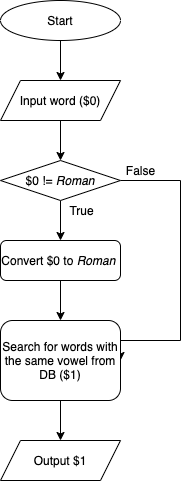
This is docs/flowchart.png from tokizuoh/eustomy, a draw.io export, as it was before one commit. Source tidied: cells renumbered, new cells last; positions are measured from the earlier drawing's top-left corner, leaving out a move shared by most shapes. Its diagram source:
```xml
<mxGraphModel>
  <root>
    <mxCell id="0" />
    <mxCell id="1" parent="0" />
    <mxCell id="2" style="edgeStyle=orthogonalEdgeStyle;rounded=0;jettySize=auto;html=1;" parent="1" edge="1" source="3" target="5">
      <mxGeometry relative="1" as="geometry" />
    </mxCell>
    <mxCell id="3" value="Start" style="ellipse;whiteSpace=wrap;html=1;" parent="1" vertex="1">
      <mxGeometry width="120" height="40" as="geometry" />
    </mxCell>
    <mxCell id="4" style="edgeStyle=orthogonalEdgeStyle;rounded=0;jettySize=auto;html=1;" parent="1" edge="1" source="5" target="9">
      <mxGeometry relative="1" as="geometry" />
    </mxCell>
    <mxCell id="5" value="Input word ($0)" style="shape=parallelogram;perimeter=parallelogramPerimeter;whiteSpace=wrap;html=1;fixedSize=1;" parent="1" vertex="1">
      <mxGeometry y="80" width="120" height="40" as="geometry" />
    </mxCell>
    <mxCell id="6" style="edgeStyle=orthogonalEdgeStyle;rounded=0;orthogonalLoop=1;jettySize=auto;html=1;exitX=0.5;exitY=1;exitDx=0;exitDy=0;" parent="1" edge="1" source="5" target="5">
      <mxGeometry relative="1" as="geometry" />
    </mxCell>
    <mxCell id="7" style="edgeStyle=orthogonalEdgeStyle;rounded=0;jettySize=auto;html=1;" parent="1" edge="1" source="9" target="11">
      <mxGeometry relative="1" as="geometry" />
    </mxCell>
    <mxCell id="8" style="edgeStyle=orthogonalEdgeStyle;rounded=0;jettySize=auto;html=1;entryX=1;entryY=0.5;entryDx=0;entryDy=0;" parent="1" edge="1" source="9" target="14">
      <mxGeometry relative="1" as="geometry">
        <Array as="points">
          <mxPoint x="180" y="180" />
          <mxPoint x="180" y="340" />
        </Array>
      </mxGeometry>
    </mxCell>
    <mxCell id="9" value="$0 != &lt;i&gt;Roman&lt;/i&gt;" style="rhombus;whiteSpace=wrap;html=1;" parent="1" vertex="1">
      <mxGeometry y="160" width="120" height="40" as="geometry" />
    </mxCell>
    <mxCell id="10" style="edgeStyle=orthogonalEdgeStyle;rounded=0;jettySize=auto;html=1;" parent="1" edge="1" source="11" target="14">
      <mxGeometry relative="1" as="geometry" />
    </mxCell>
    <mxCell id="11" value="Convert $0 to &lt;i&gt;Roman&lt;/i&gt;&amp;nbsp;" style="rounded=1;whiteSpace=wrap;html=1;" parent="1" vertex="1">
      <mxGeometry y="240" width="120" height="40" as="geometry" />
    </mxCell>
    <mxCell id="12" value="True" style="text;html=1;align=center;verticalAlign=middle;" parent="1" vertex="1">
      <mxGeometry x="61" y="200" width="40" height="20" as="geometry" />
    </mxCell>
    <mxCell id="13" style="edgeStyle=orthogonalEdgeStyle;rounded=0;jettySize=auto;html=1;entryX=0.5;entryY=0;entryDx=0;entryDy=0;" parent="1" edge="1" source="14" target="16">
      <mxGeometry relative="1" as="geometry" />
    </mxCell>
    <mxCell id="14" value="Search for words with the same vowel from DB ($1)" style="rounded=1;whiteSpace=wrap;html=1;" parent="1" vertex="1">
      <mxGeometry y="320" width="120" height="80" as="geometry" />
    </mxCell>
    <mxCell id="15" value="False" style="text;html=1;align=center;verticalAlign=middle;" parent="1" vertex="1">
      <mxGeometry x="120" y="160" width="40" height="20" as="geometry" />
    </mxCell>
    <mxCell id="16" value="Output $1" style="shape=parallelogram;perimeter=parallelogramPerimeter;whiteSpace=wrap;html=1;fixedSize=1;" parent="1" vertex="1">
      <mxGeometry y="440" width="120" height="40" as="geometry" />
    </mxCell>
  </root>
</mxGraphModel>
```
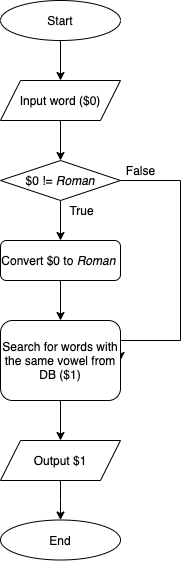
After the change.

Diff of the diagram source:
```diff
@@ -49,8 +49,14 @@
     <mxCell id="15" value="False" style="text;html=1;align=center;verticalAlign=middle;" parent="1" vertex="1">
       <mxGeometry x="120" y="160" width="40" height="20" as="geometry" />
     </mxCell>
+    <mxCell id="17" style="edgeStyle=orthogonalEdgeStyle;rounded=0;jettySize=auto;html=1;" parent="1" edge="1" source="16" target="18">
+      <mxGeometry relative="1" as="geometry" />
+    </mxCell>
     <mxCell id="16" value="Output $1" style="shape=parallelogram;perimeter=parallelogramPerimeter;whiteSpace=wrap;html=1;fixedSize=1;" parent="1" vertex="1">
       <mxGeometry y="440" width="120" height="40" as="geometry" />
     </mxCell>
+    <mxCell id="18" value="End" style="ellipse;whiteSpace=wrap;html=1;" parent="1" vertex="1">
+      <mxGeometry y="519.5" width="120" height="40" as="geometry" />
+    </mxCell>
   </root>
 </mxGraphModel>
```
